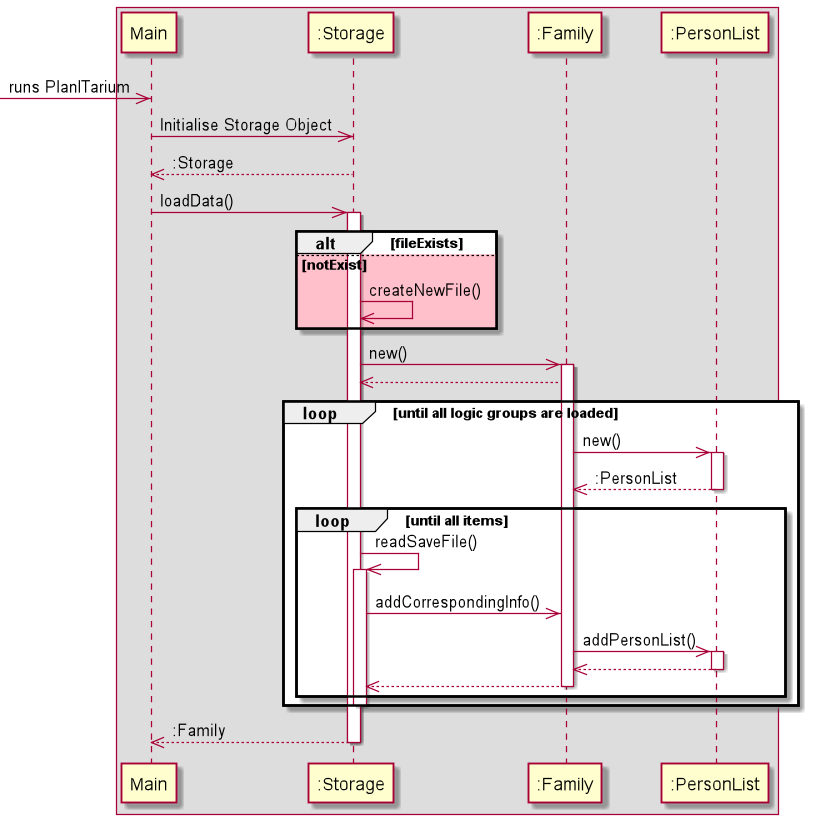
nus-cs2113-AY2122S2/tp keeps this PlantUML diagram as docs/images/StorageLoadSequence.png. Above is the earlier version. Its source is kept beside it as docs/diagrams/StorageLoadSequence.puml.
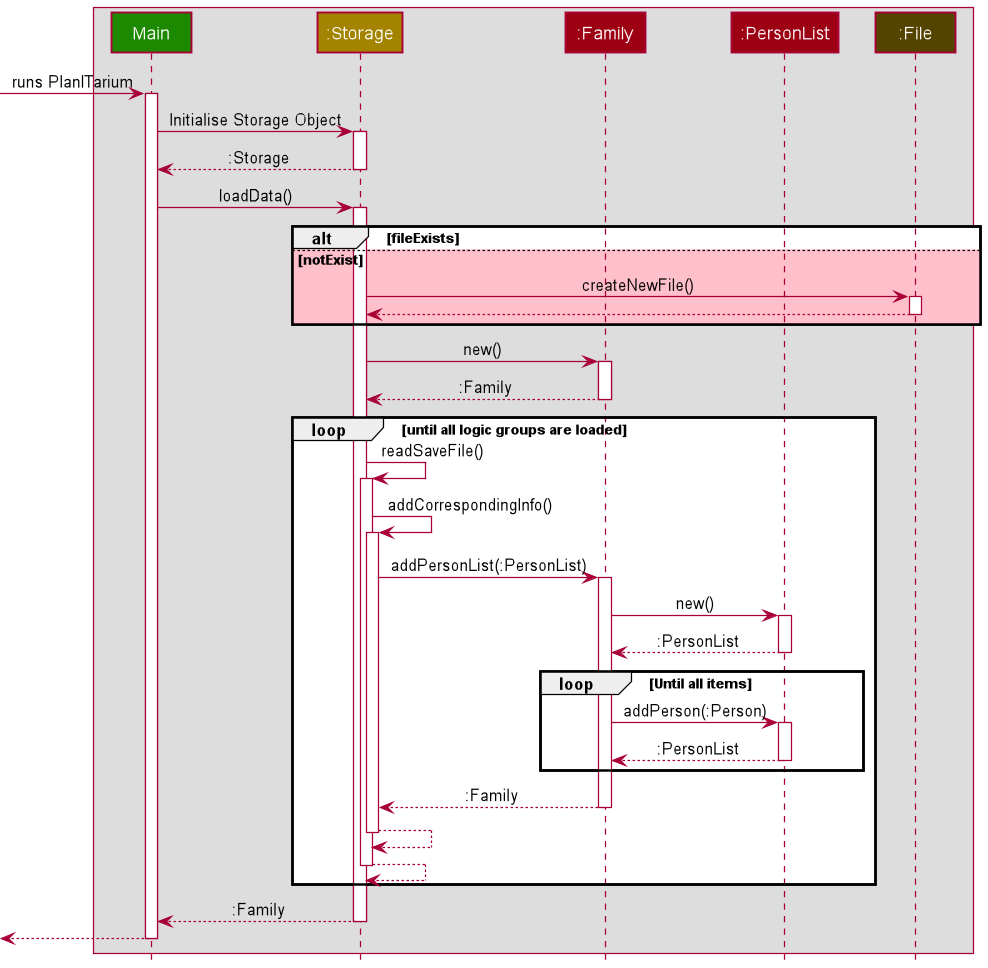
The same file after the commit.

The edit, as a diff of the source:
```diff
@@ -1,46 +1,61 @@
 @startuml
+!include style.puml
 
 Box
-    participant Main
-    participant ":Storage" as Storage
-    participant ":Family" as Family
-    participant ":PersonList" as PersonList
+    participant Main UI_COLOR
+    participant ":Storage" as Storage STORAGE_COLOR
+    participant ":Family" as Family MODEL_COLOR
+    participant ":PersonList" as PersonList MODEL_COLOR
+    participant ":File" as File STORAGE_COLOR_T2
 end box
 
 
-->> Main: runs PlanITarium
-Main ->> Storage: Initialise Storage Object
-Storage -->> Main: :Storage
-Main ->> Storage: loadData()
+-> Main: runs PlanITarium
+activate Main
+Main -> Storage: Initialise Storage Object
+activate Storage
+Storage --> Main: :Storage
+deactivate Storage
+Main -> Storage: loadData()
 activate Storage
 alt fileExists
 else #pink notExist
-    Storage->>Storage : createNewFile()
+    Storage -> File : createNewFile()
+    activate File
+    File --> Storage
+    deactivate File
 end
-
-Storage->> Family: new()
+Storage -> Family: new()
 activate Family
-Family-->>Storage
+Family --> Storage : :Family
+deactivate Family
 loop until all logic groups are loaded
-
-    Family->>PersonList: new()
+    Storage -> Storage: readSaveFile()
+    activate Storage
+    Storage -> Storage :addCorrespondingInfo()
+    activate Storage
+    Storage -> Family : addPersonList(:PersonList)
+    activate Family
+    Family -> PersonList: new()
     activate PersonList
-    PersonList-->>Family: :PersonList
+    PersonList --> Family: :PersonList
     deactivate PersonList
-    loop until all items
-        Storage->>Storage: readSaveFile()
-        activate Storage
-        Storage->>Family: addCorrespondingInfo()
-        Family ->> PersonList: addPersonList()
+    loop Until all items
+        Family -> PersonList: addPerson(:Person)
         activate PersonList
-        PersonList-->>Family:
+        PersonList --> Family: :PersonList
         deactivate PersonList
-        Family-->>Storage
-        deactivate Family
     end
+    Family --> Storage: :Family
+    deactivate Family
+    Storage --> Storage
+    deactivate Storage
+    Storage --> Storage
     deactivate Storage
 end
-Storage-->>Main: :Family
+Storage --> Main: :Family
 deactivate Storage
+<-- Main
+deactivate Main
 
 @enduml
```
